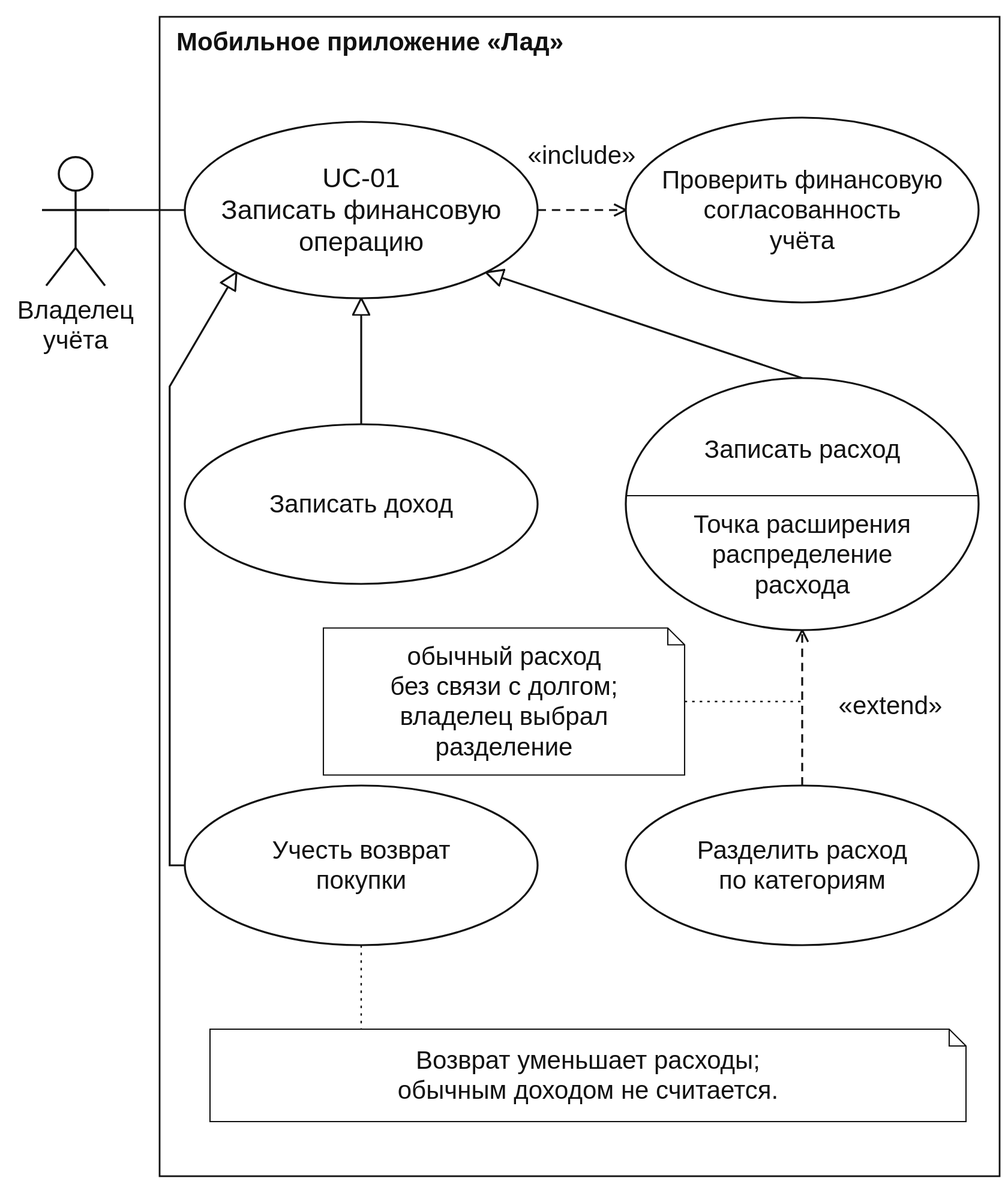
This is output/thesis/figures/02-use-cases-operations.svg from Tiroras/lad-finance, a PlantUML export, as it was before one commit. Its source is kept beside it as output/thesis/figures/02-use-cases-operations.puml.
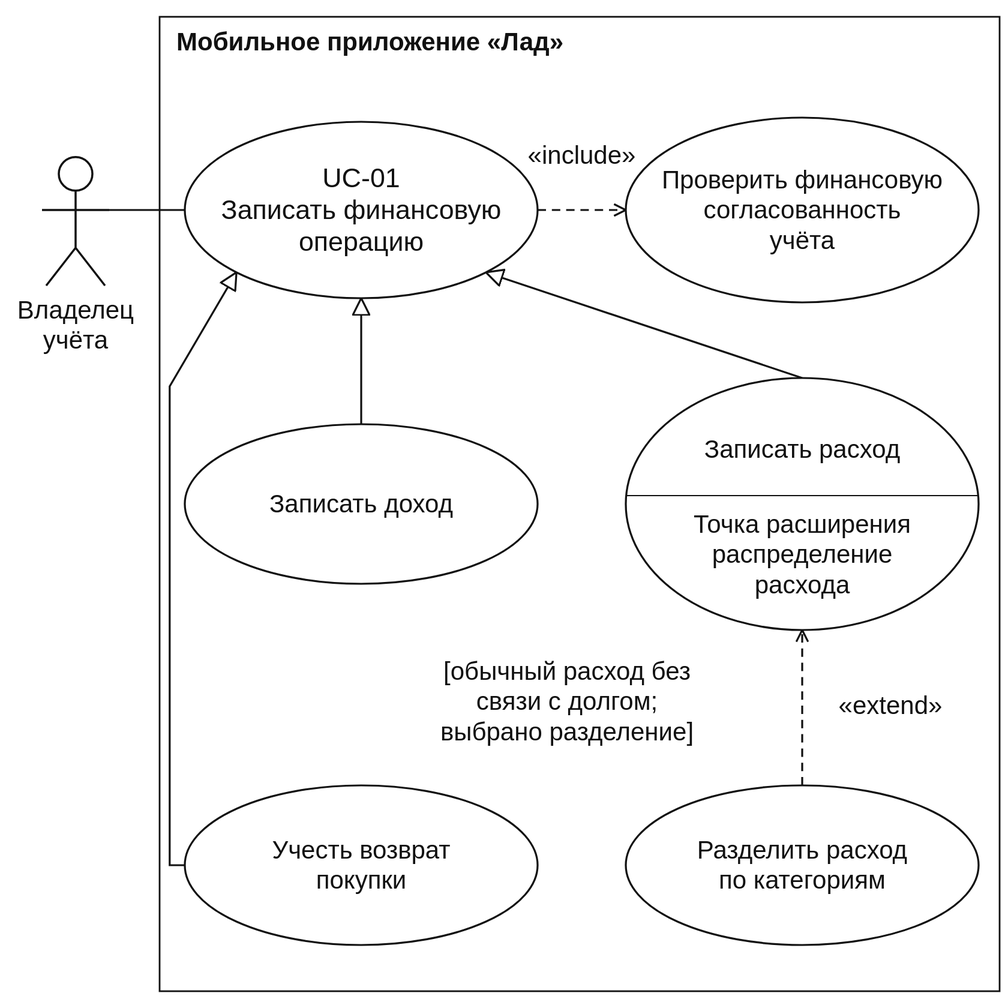
After the commit.

Diff of the diagram source:
```diff
@@ -17,10 +17,5 @@
 H2 --|> U1
 H3 --|> U1
 U1 ..> H5 : <<include>>
-H4 ..> H2 : <<extend>>
-note on link
-обычный расход без связи с долгом;
-владелец выбрал разделение
-end note
-note "Возврат уменьшает расходы;\nобычным доходом не считается." as N1
+H4 ..> H2 : <<extend>>\n[обычный расход без связи с долгом;\nвладелец выбрал разделение]
 @enduml
```
